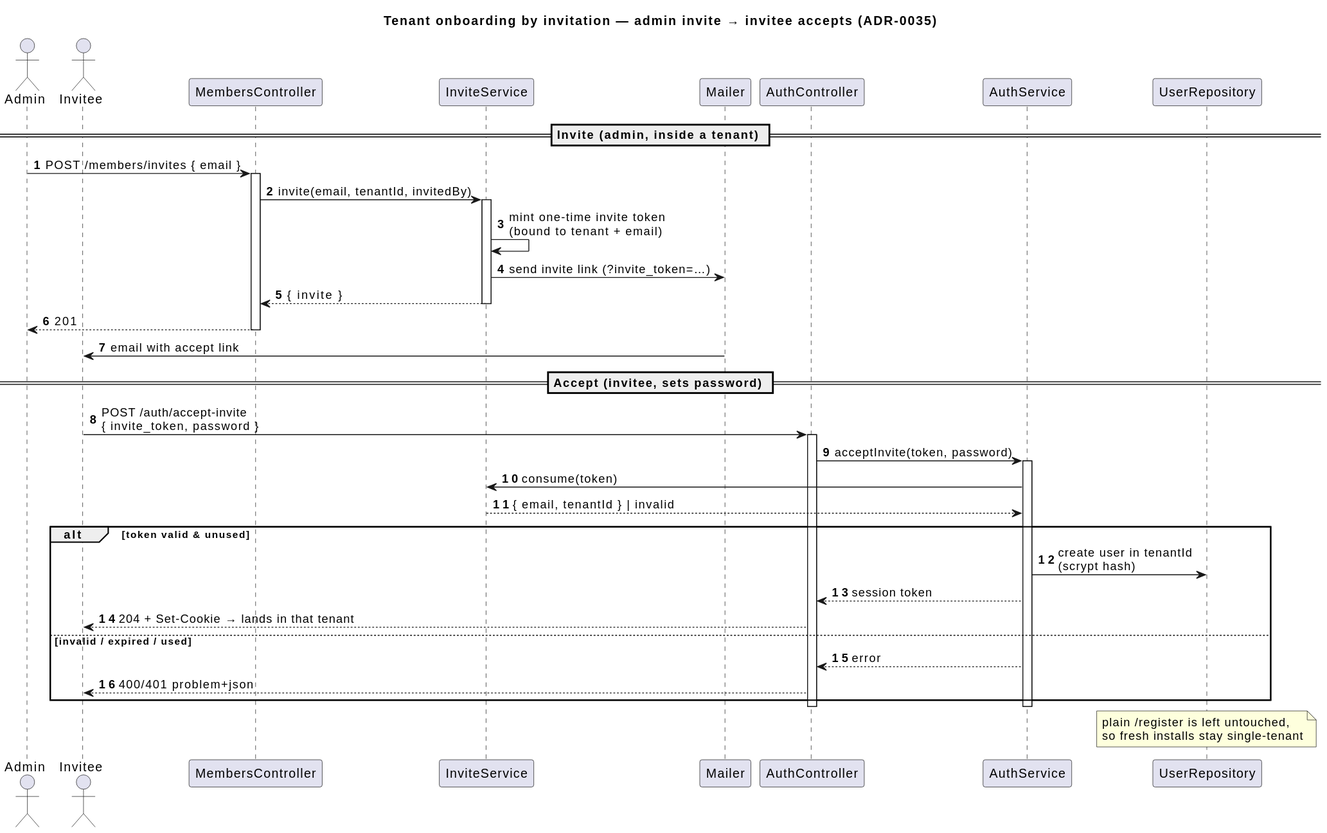
Earlier version of the PlantUML export docs/umls/06_seq_invite_accept.svg (NexusHero/Resume). Its source is kept beside it as docs/umls/06_seq_invite_accept.puml.
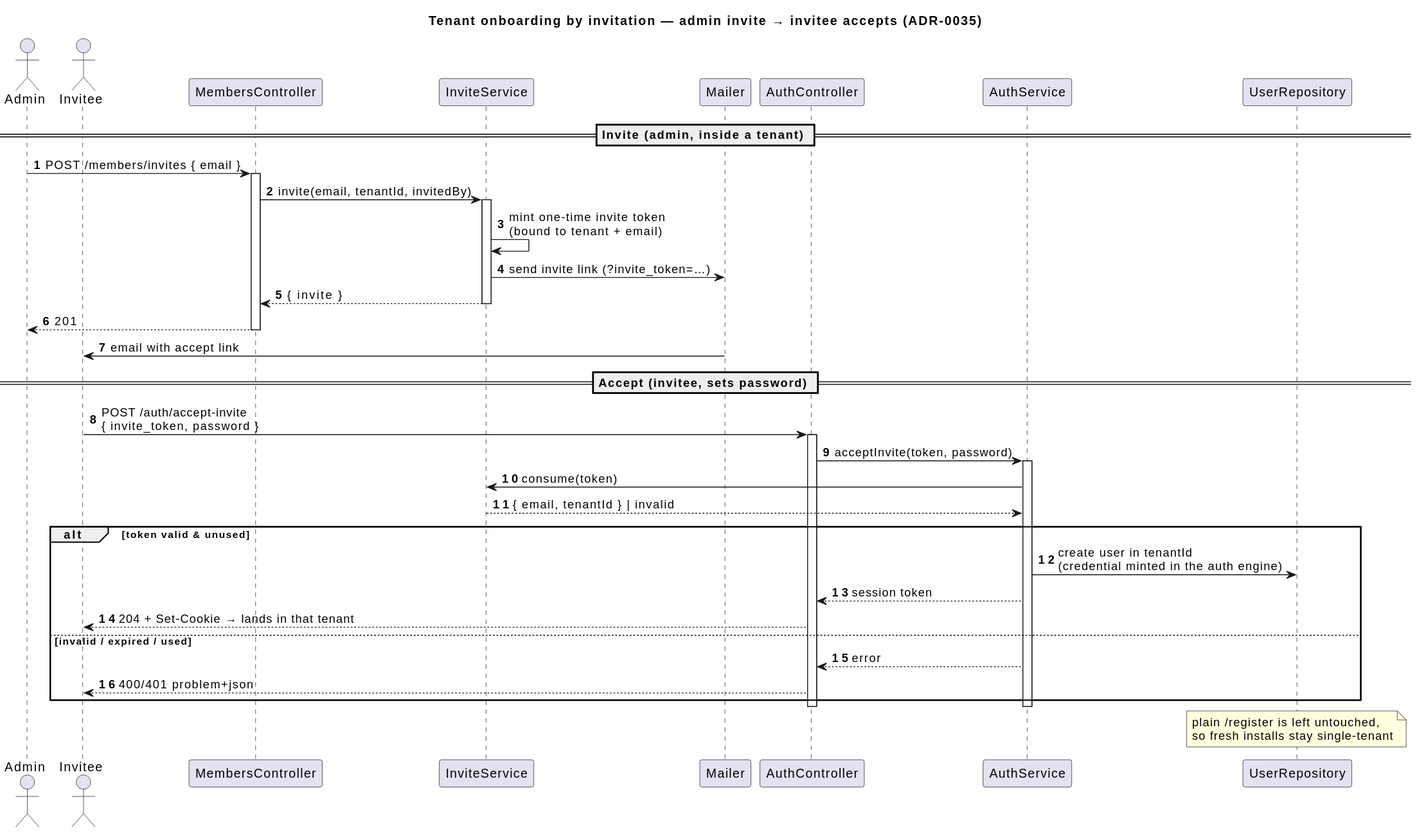
Above is the later version.

Diff of the diagram source:
```diff
@@ -34,7 +34,7 @@
 Auth -> Invites : consume(token)
 Invites --> Auth : { email, tenantId } | invalid
 alt token valid & unused
-  Auth -> Users : create user in tenantId\n(scrypt hash)
+  Auth -> Users : create user in tenantId\n(credential minted in the auth engine)
   Auth --> ACtrl : session token
   ACtrl --> Invitee : 204 + Set-Cookie → lands in that tenant
 else invalid / expired / used
```
